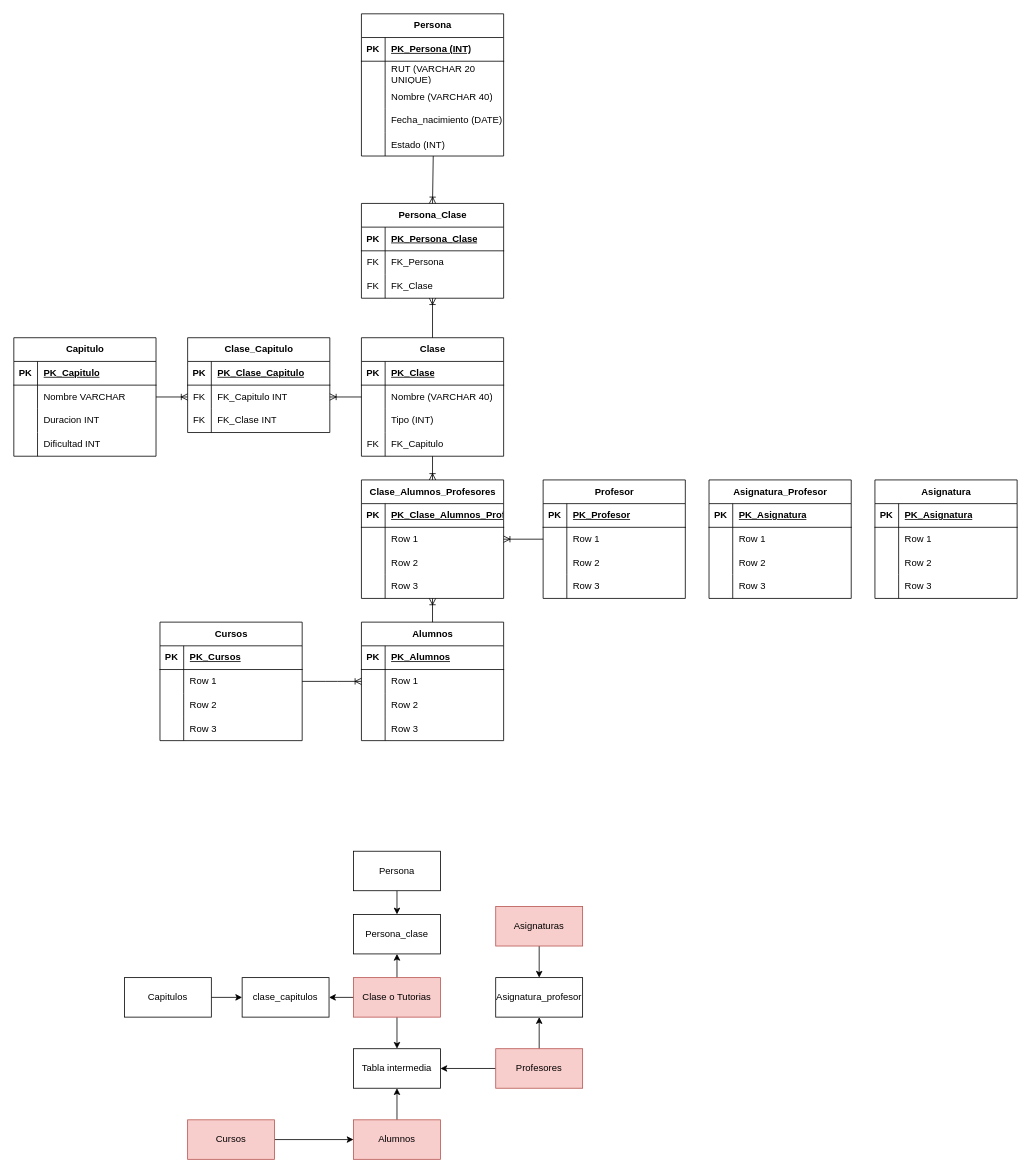
KuroDevs-Software/Proyecto-Educacional keeps this draw.io diagram as UML.drawio. Above is the earlier version. Source tidied: cells renumbered, new cells numbered last; positions are measured from the earlier drawing's top-left corner, leaving out a move shared by most shapes. Both pictures are drawn from the tidied source at 79%, with x=0, y=0 at pixel (13, 13).
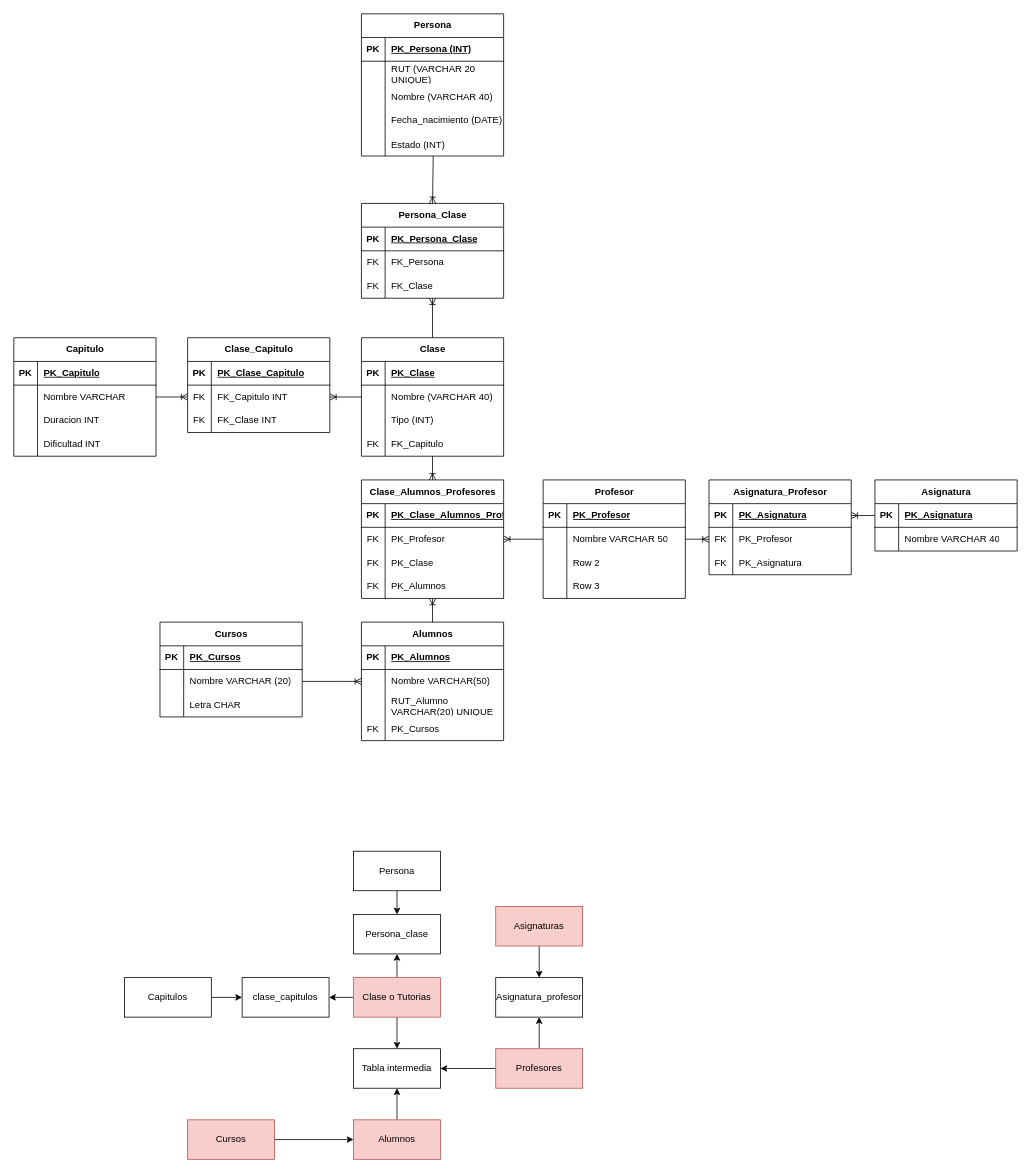
Above is the later version.

Unchanged cells that the change refers to:
```xml
<mxCell id="27" style="shape=tableRow;horizontal=0;startSize=0;swimlaneHead=0;swimlaneBody=0;fillColor=none;points=[[0,0.5],[1,0.5]];portConstraint=eastwest;top=0;left=0;right=0;bottom=0;" parent="23" vertex="1">
  <mxGeometry y="60" width="180" height="30" as="geometry" />
</mxCell>
<mxCell id="30" style="shape=tableRow;horizontal=0;startSize=0;swimlaneHead=0;swimlaneBody=0;fillColor=none;top=0;left=0;right=0;bottom=0;" parent="23" vertex="1">
  <mxGeometry y="90" width="180" height="30" as="geometry" />
</mxCell>
<mxCell id="33" style="shape=tableRow;horizontal=0;startSize=0;swimlaneHead=0;swimlaneBody=0;fillColor=none;top=0;left=0;right=0;bottom=0;" parent="23" vertex="1">
  <mxGeometry y="120" width="180" height="30" as="geometry" />
</mxCell>
<mxCell id="79" style="shape=tableRow;horizontal=0;startSize=0;swimlaneHead=0;swimlaneBody=0;fillColor=none;points=[[0,0.5],[1,0.5]];portConstraint=eastwest;top=0;left=0;right=0;bottom=0;" parent="75" vertex="1">
  <mxGeometry y="60" width="180" height="30" as="geometry" />
</mxCell>
<mxCell id="82" style="shape=tableRow;horizontal=0;startSize=0;swimlaneHead=0;swimlaneBody=0;fillColor=none;top=0;left=0;right=0;bottom=0;" parent="75" vertex="1">
  <mxGeometry y="90" width="180" height="30" as="geometry" />
</mxCell>
<mxCell id="89" style="shape=tableRow;horizontal=0;startSize=0;swimlaneHead=0;swimlaneBody=0;fillColor=none;points=[[0,0.5],[1,0.5]];portConstraint=eastwest;top=0;left=0;right=0;bottom=1;" parent="88" vertex="1">
  <mxGeometry y="30" width="180" height="30" as="geometry" />
</mxCell>
<mxCell id="92" style="shape=tableRow;horizontal=0;startSize=0;swimlaneHead=0;swimlaneBody=0;fillColor=none;top=0;left=0;right=0;bottom=0;" parent="88" vertex="1">
  <mxGeometry y="60" width="180" height="30" as="geometry" />
</mxCell>
<mxCell id="102" style="shape=tableRow;horizontal=0;startSize=0;swimlaneHead=0;swimlaneBody=0;fillColor=none;points=[[0,0.5],[1,0.5]];portConstraint=eastwest;top=0;left=0;right=0;bottom=1;" parent="101" vertex="1">
  <mxGeometry y="30" width="180" height="30" as="geometry" />
</mxCell>
<mxCell id="105" style="shape=tableRow;horizontal=0;startSize=0;swimlaneHead=0;swimlaneBody=0;fillColor=none;points=[[0,0.5],[1,0.5]];portConstraint=eastwest;top=0;left=0;right=0;bottom=0;" parent="101" vertex="1">
  <mxGeometry y="60" width="180" height="30" as="geometry" />
</mxCell>
<mxCell id="108" style="shape=tableRow;horizontal=0;startSize=0;swimlaneHead=0;swimlaneBody=0;fillColor=none;top=0;left=0;right=0;bottom=0;" parent="101" vertex="1">
  <mxGeometry y="90" width="180" height="30" as="geometry" />
</mxCell>
<mxCell id="114" value="Profesor" style="shape=table;startSize=30;childLayout=tableLayout;rowLines=0;fontStyle=1;align=center;html=1;" parent="1" vertex="1">
  <mxGeometry x="670" y="590" width="180" height="150" as="geometry" />
</mxCell>
<mxCell id="118" style="shape=tableRow;horizontal=0;startSize=0;swimlaneHead=0;swimlaneBody=0;fillColor=none;points=[[0,0.5],[1,0.5]];portConstraint=eastwest;top=0;left=0;right=0;bottom=0;" parent="114" vertex="1">
  <mxGeometry y="60" width="180" height="30" as="geometry" />
</mxCell>
<mxCell id="131" style="shape=tableRow;horizontal=0;startSize=0;swimlaneHead=0;swimlaneBody=0;fillColor=none;points=[[0,0.5],[1,0.5]];portConstraint=eastwest;top=0;left=0;right=0;bottom=0;" parent="127" vertex="1">
  <mxGeometry y="60" width="180" height="30" as="geometry" />
</mxCell>
<mxCell id="134" style="shape=tableRow;horizontal=0;startSize=0;swimlaneHead=0;swimlaneBody=0;fillColor=none;top=0;left=0;right=0;bottom=0;" parent="127" vertex="1">
  <mxGeometry y="90" width="180" height="30" as="geometry" />
</mxCell>
<mxCell id="137" style="shape=tableRow;horizontal=0;startSize=0;swimlaneHead=0;swimlaneBody=0;fillColor=none;points=[[0,0.5],[1,0.5]];portConstraint=eastwest;top=0;left=0;right=0;bottom=0;" parent="127" vertex="1">
  <mxGeometry y="120" width="180" height="30" as="geometry" />
</mxCell>
```

The edit, as a diff of the source:
```diff
@@
-    <mxCell id="29" value="Row 1" style="shape=partialRectangle;fillColor=none;top=0;left=0;bottom=0;right=0;align=left;spacingLeft=6;overflow=hidden;whiteSpace=wrap;html=1;" parent="27" vertex="1">
+    <mxCell id="29" value="Nombre VARCHAR(50)" style="shape=partialRectangle;fillColor=none;top=0;left=0;bottom=0;right=0;align=left;spacingLeft=6;overflow=hidden;whiteSpace=wrap;html=1;" parent="27" vertex="1">
       <mxGeometry x="30" width="150" height="30" as="geometry" />
     </mxCell>
@@
-    <mxCell id="32" value="Row 2" style="shape=partialRectangle;fillColor=none;top=0;left=0;bottom=0;right=0;align=left;spacingLeft=6;overflow=hidden;whiteSpace=wrap;html=1;" parent="30" vertex="1">
+    <mxCell id="32" value="RUT_Alumno VARCHAR(20) UNIQUE" style="shape=partialRectangle;fillColor=none;top=0;left=0;bottom=0;right=0;align=left;spacingLeft=6;overflow=hidden;whiteSpace=wrap;html=1;" parent="30" vertex="1">
       <mxGeometry x="30" width="150" height="30" as="geometry" />
     </mxCell>
@@
-    <mxCell id="34" style="shape=partialRectangle;fillColor=none;top=0;left=0;bottom=0;right=0;overflow=hidden;whiteSpace=wrap;html=1;" parent="33" vertex="1">
+    <mxCell id="34" value="FK" style="shape=partialRectangle;fillColor=none;top=0;left=0;bottom=0;right=0;overflow=hidden;whiteSpace=wrap;html=1;" parent="33" vertex="1">
       <mxGeometry width="30" height="30" as="geometry" />
     </mxCell>
-    <mxCell id="35" value="Row 3" style="shape=partialRectangle;fillColor=none;top=0;left=0;bottom=0;right=0;align=left;spacingLeft=6;overflow=hidden;whiteSpace=wrap;html=1;" parent="33" vertex="1">
+    <mxCell id="35" value="PK_Cursos" style="shape=partialRectangle;fillColor=none;top=0;left=0;bottom=0;right=0;align=left;spacingLeft=6;overflow=hidden;whiteSpace=wrap;html=1;" parent="33" vertex="1">
       <mxGeometry x="30" width="150" height="30" as="geometry" />
     </mxCell>
@@
     <mxCell id="75" value="Cursos" style="shape=table;startSize=30;childLayout=tableLayout;rowLines=0;fontStyle=1;align=center;html=1;" parent="1" vertex="1">
-      <mxGeometry x="185" y="770" width="180" height="150" as="geometry" />
+      <mxGeometry x="185" y="770" width="180" height="120" as="geometry" />
     </mxCell>
@@
-    <mxCell id="81" value="Row 1" style="shape=partialRectangle;fillColor=none;top=0;left=0;bottom=0;right=0;align=left;spacingLeft=6;overflow=hidden;whiteSpace=wrap;html=1;" parent="79" vertex="1">
+    <mxCell id="81" value="Nombre VARCHAR (20)" style="shape=partialRectangle;fillColor=none;top=0;left=0;bottom=0;right=0;align=left;spacingLeft=6;overflow=hidden;whiteSpace=wrap;html=1;" parent="79" vertex="1">
       <mxGeometry x="30" width="150" height="30" as="geometry" />
     </mxCell>
@@
-    <mxCell id="84" value="Row 2" style="shape=partialRectangle;fillColor=none;top=0;left=0;bottom=0;right=0;align=left;spacingLeft=6;overflow=hidden;whiteSpace=wrap;html=1;" parent="82" vertex="1">
+    <mxCell id="84" value="Letra CHAR" style="shape=partialRectangle;fillColor=none;top=0;left=0;bottom=0;right=0;align=left;spacingLeft=6;overflow=hidden;whiteSpace=wrap;html=1;" parent="82" vertex="1">
       <mxGeometry x="30" width="150" height="30" as="geometry" />
     </mxCell>
-    <mxCell id="85" style="shape=tableRow;horizontal=0;startSize=0;swimlaneHead=0;swimlaneBody=0;fillColor=none;top=0;left=0;right=0;bottom=0;" parent="75" vertex="1">
-      <mxGeometry y="120" width="180" height="30" as="geometry" />
-    </mxCell>
-    <mxCell id="86" style="shape=partialRectangle;fillColor=none;top=0;left=0;bottom=0;right=0;overflow=hidden;whiteSpace=wrap;html=1;" parent="85" vertex="1">
-      <mxGeometry width="30" height="30" as="geometry" />
-    </mxCell>
-    <mxCell id="87" value="Row 3" style="shape=partialRectangle;fillColor=none;top=0;left=0;bottom=0;right=0;align=left;spacingLeft=6;overflow=hidden;whiteSpace=wrap;html=1;" parent="85" vertex="1">
-      <mxGeometry x="30" width="150" height="30" as="geometry" />
-    </mxCell>
     <mxCell id="88" value="Asignatura" style="shape=table;startSize=30;childLayout=tableLayout;rowLines=0;fontStyle=1;align=center;html=1;" parent="1" vertex="1">
-      <mxGeometry x="1090" y="590" width="180" height="150" as="geometry" />
+      <mxGeometry x="1090" y="590" width="180" height="90" as="geometry" />
     </mxCell>
@@
-    <mxCell id="94" value="Row 1" style="shape=partialRectangle;fillColor=none;top=0;left=0;bottom=0;right=0;align=left;spacingLeft=6;overflow=hidden;whiteSpace=wrap;html=1;" parent="92" vertex="1">
+    <mxCell id="94" value="Nombre VARCHAR 40" style="shape=partialRectangle;fillColor=none;top=0;left=0;bottom=0;right=0;align=left;spacingLeft=6;overflow=hidden;whiteSpace=wrap;html=1;" parent="92" vertex="1">
       <mxGeometry x="30" width="150" height="30" as="geometry" />
     </mxCell>
-    <mxCell id="95" style="shape=tableRow;horizontal=0;startSize=0;swimlaneHead=0;swimlaneBody=0;fillColor=none;top=0;left=0;right=0;bottom=0;" parent="88" vertex="1">
-      <mxGeometry y="90" width="180" height="30" as="geometry" />
-    </mxCell>
-    <mxCell id="96" style="shape=partialRectangle;fillColor=none;top=0;left=0;bottom=0;right=0;overflow=hidden;whiteSpace=wrap;html=1;" parent="95" vertex="1">
-      <mxGeometry width="30" height="30" as="geometry" />
-    </mxCell>
-    <mxCell id="97" value="Row 2" style="shape=partialRectangle;fillColor=none;top=0;left=0;bottom=0;right=0;align=left;spacingLeft=6;overflow=hidden;whiteSpace=wrap;html=1;" parent="95" vertex="1">
-      <mxGeometry x="30" width="150" height="30" as="geometry" />
-    </mxCell>
-    <mxCell id="98" style="shape=tableRow;horizontal=0;startSize=0;swimlaneHead=0;swimlaneBody=0;fillColor=none;top=0;left=0;right=0;bottom=0;" parent="88" vertex="1">
-      <mxGeometry y="120" width="180" height="30" as="geometry" />
-    </mxCell>
-    <mxCell id="99" style="shape=partialRectangle;fillColor=none;top=0;left=0;bottom=0;right=0;overflow=hidden;whiteSpace=wrap;html=1;" parent="98" vertex="1">
-      <mxGeometry width="30" height="30" as="geometry" />
-    </mxCell>
-    <mxCell id="100" value="Row 3" style="shape=partialRectangle;fillColor=none;top=0;left=0;bottom=0;right=0;align=left;spacingLeft=6;overflow=hidden;whiteSpace=wrap;html=1;" parent="98" vertex="1">
-      <mxGeometry x="30" width="150" height="30" as="geometry" />
-    </mxCell>
     <mxCell id="101" value="Asignatura_Profesor" style="shape=table;startSize=30;childLayout=tableLayout;rowLines=0;fontStyle=1;align=center;html=1;" parent="1" vertex="1">
-      <mxGeometry x="880" y="590" width="180" height="150" as="geometry" />
+      <mxGeometry x="880" y="590" width="180" height="120" as="geometry" />
     </mxCell>
@@
-    <mxCell id="106" style="shape=partialRectangle;fillColor=none;top=0;left=0;bottom=0;right=0;overflow=hidden;whiteSpace=wrap;html=1;" parent="105" vertex="1">
+    <mxCell id="106" value="FK" style="shape=partialRectangle;fillColor=none;top=0;left=0;bottom=0;right=0;overflow=hidden;whiteSpace=wrap;html=1;" parent="105" vertex="1">
       <mxGeometry width="30" height="30" as="geometry" />
     </mxCell>
-    <mxCell id="107" value="Row 1" style="shape=partialRectangle;fillColor=none;top=0;left=0;bottom=0;right=0;align=left;spacingLeft=6;overflow=hidden;whiteSpace=wrap;html=1;" parent="105" vertex="1">
+    <mxCell id="107" value="PK_Profesor" style="shape=partialRectangle;fillColor=none;top=0;left=0;bottom=0;right=0;align=left;spacingLeft=6;overflow=hidden;whiteSpace=wrap;html=1;" parent="105" vertex="1">
       <mxGeometry x="30" width="150" height="30" as="geometry" />
     </mxCell>
@@
-    <mxCell id="109" style="shape=partialRectangle;fillColor=none;top=0;left=0;bottom=0;right=0;overflow=hidden;whiteSpace=wrap;html=1;" parent="108" vertex="1">
+    <mxCell id="109" value="FK" style="shape=partialRectangle;fillColor=none;top=0;left=0;bottom=0;right=0;overflow=hidden;whiteSpace=wrap;html=1;" parent="108" vertex="1">
       <mxGeometry width="30" height="30" as="geometry" />
     </mxCell>
-    <mxCell id="110" value="Row 2" style="shape=partialRectangle;fillColor=none;top=0;left=0;bottom=0;right=0;align=left;spacingLeft=6;overflow=hidden;whiteSpace=wrap;html=1;" parent="108" vertex="1">
+    <mxCell id="110" value="PK_Asignatura" style="shape=partialRectangle;fillColor=none;top=0;left=0;bottom=0;right=0;align=left;spacingLeft=6;overflow=hidden;whiteSpace=wrap;html=1;" parent="108" vertex="1">
       <mxGeometry x="30" width="150" height="30" as="geometry" />
     </mxCell>
-    <mxCell id="111" style="shape=tableRow;horizontal=0;startSize=0;swimlaneHead=0;swimlaneBody=0;fillColor=none;top=0;left=0;right=0;bottom=0;" parent="101" vertex="1">
-      <mxGeometry y="120" width="180" height="30" as="geometry" />
-    </mxCell>
-    <mxCell id="112" style="shape=partialRectangle;fillColor=none;top=0;left=0;bottom=0;right=0;overflow=hidden;whiteSpace=wrap;html=1;" parent="111" vertex="1">
-      <mxGeometry width="30" height="30" as="geometry" />
-    </mxCell>
-    <mxCell id="113" value="Row 3" style="shape=partialRectangle;fillColor=none;top=0;left=0;bottom=0;right=0;align=left;spacingLeft=6;overflow=hidden;whiteSpace=wrap;html=1;" parent="111" vertex="1">
-      <mxGeometry x="30" width="150" height="30" as="geometry" />
-    </mxCell>
+    <mxCell id="171" style="edgeStyle=none;html=1;entryX=0;entryY=0.5;entryDx=0;entryDy=0;endArrow=ERoneToMany;endFill=0;" parent="1" edge="1" source="114" target="105">
+      <mxGeometry relative="1" as="geometry" />
+    </mxCell>
@@
-    <mxCell id="120" value="Row 1" style="shape=partialRectangle;fillColor=none;top=0;left=0;bottom=0;right=0;align=left;spacingLeft=6;overflow=hidden;whiteSpace=wrap;html=1;" parent="118" vertex="1">
+    <mxCell id="120" value="Nombre VARCHAR 50" style="shape=partialRectangle;fillColor=none;top=0;left=0;bottom=0;right=0;align=left;spacingLeft=6;overflow=hidden;whiteSpace=wrap;html=1;" parent="118" vertex="1">
       <mxGeometry x="30" width="150" height="30" as="geometry" />
     </mxCell>
@@
-    <mxCell id="132" style="shape=partialRectangle;fillColor=none;top=0;left=0;bottom=0;right=0;overflow=hidden;whiteSpace=wrap;html=1;" parent="131" vertex="1">
+    <mxCell id="132" value="FK" style="shape=partialRectangle;fillColor=none;top=0;left=0;bottom=0;right=0;overflow=hidden;whiteSpace=wrap;html=1;" parent="131" vertex="1">
       <mxGeometry width="30" height="30" as="geometry" />
     </mxCell>
-    <mxCell id="133" value="Row 1" style="shape=partialRectangle;fillColor=none;top=0;left=0;bottom=0;right=0;align=left;spacingLeft=6;overflow=hidden;whiteSpace=wrap;html=1;" parent="131" vertex="1">
+    <mxCell id="133" value="PK_Profesor" style="shape=partialRectangle;fillColor=none;top=0;left=0;bottom=0;right=0;align=left;spacingLeft=6;overflow=hidden;whiteSpace=wrap;html=1;" parent="131" vertex="1">
       <mxGeometry x="30" width="150" height="30" as="geometry" />
     </mxCell>
@@
-    <mxCell id="135" style="shape=partialRectangle;fillColor=none;top=0;left=0;bottom=0;right=0;overflow=hidden;whiteSpace=wrap;html=1;" parent="134" vertex="1">
+    <mxCell id="135" value="FK" style="shape=partialRectangle;fillColor=none;top=0;left=0;bottom=0;right=0;overflow=hidden;whiteSpace=wrap;html=1;" parent="134" vertex="1">
       <mxGeometry width="30" height="30" as="geometry" />
     </mxCell>
-    <mxCell id="136" value="Row 2" style="shape=partialRectangle;fillColor=none;top=0;left=0;bottom=0;right=0;align=left;spacingLeft=6;overflow=hidden;whiteSpace=wrap;html=1;" parent="134" vertex="1">
+    <mxCell id="136" value="PK_Clase" style="shape=partialRectangle;fillColor=none;top=0;left=0;bottom=0;right=0;align=left;spacingLeft=6;overflow=hidden;whiteSpace=wrap;html=1;" parent="134" vertex="1">
       <mxGeometry x="30" width="150" height="30" as="geometry" />
     </mxCell>
@@
-    <mxCell id="138" style="shape=partialRectangle;fillColor=none;top=0;left=0;bottom=0;right=0;overflow=hidden;whiteSpace=wrap;html=1;" parent="137" vertex="1">
+    <mxCell id="138" value="FK" style="shape=partialRectangle;fillColor=none;top=0;left=0;bottom=0;right=0;overflow=hidden;whiteSpace=wrap;html=1;" parent="137" vertex="1">
       <mxGeometry width="30" height="30" as="geometry" />
     </mxCell>
-    <mxCell id="139" value="Row 3" style="shape=partialRectangle;fillColor=none;top=0;left=0;bottom=0;right=0;align=left;spacingLeft=6;overflow=hidden;whiteSpace=wrap;html=1;" parent="137" vertex="1">
+    <mxCell id="139" value="PK_Alumnos" style="shape=partialRectangle;fillColor=none;top=0;left=0;bottom=0;right=0;align=left;spacingLeft=6;overflow=hidden;whiteSpace=wrap;html=1;" parent="137" vertex="1">
       <mxGeometry x="30" width="150" height="30" as="geometry" />
     </mxCell>
@@
+    <mxCell id="172" style="edgeStyle=none;html=1;entryX=1;entryY=0.5;entryDx=0;entryDy=0;exitX=0;exitY=0.5;exitDx=0;exitDy=0;endArrow=ERoneToMany;endFill=0;" parent="1" edge="1" source="89" target="102">
+      <mxGeometry relative="1" as="geometry" />
+    </mxCell>
```
